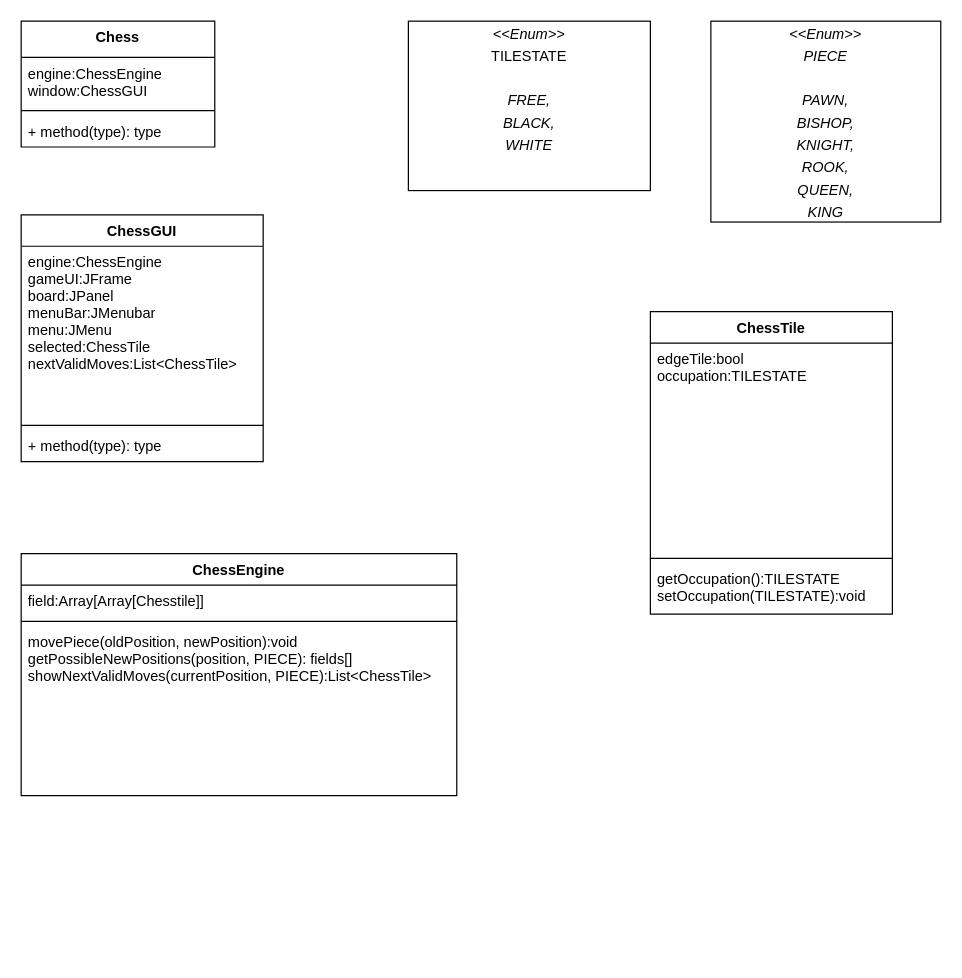
Earlier version of the draw.io diagram Aufgaben/Chessadds/UML Chess.drawio (dertheodor/epic_chess). Source tidied: cells renumbered, new cells numbered last; positions are measured from the earlier drawing's top-left corner, leaving out a move shared by most shapes. Both pictures are drawn from the tidied source at 121%, with x=0, y=0 at pixel (21, 21).
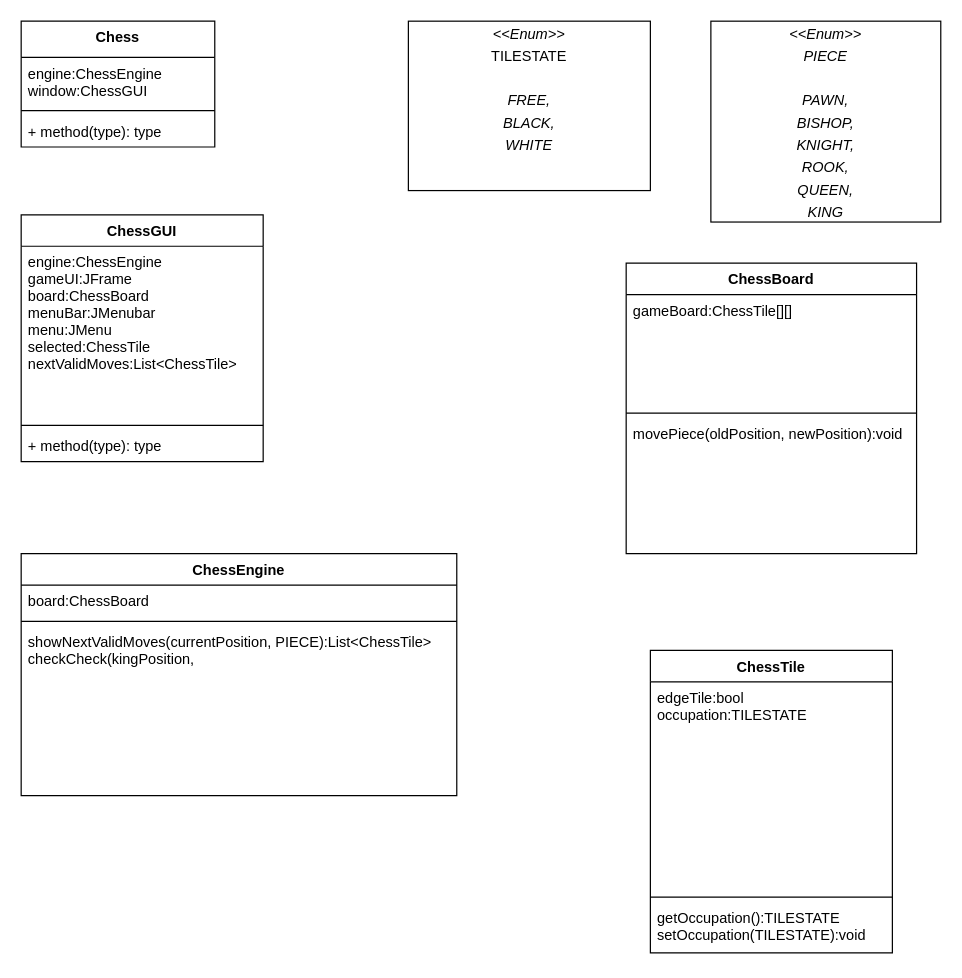
The same diagram, later.

Unchanged cells that the change refers to:
```xml
<mxCell id="6" value="ChessEngine" style="swimlane;fontStyle=1;align=center;verticalAlign=top;horizontal=1;startSize=26;" parent="1" vertex="1">
  <mxGeometry y="440" width="360" height="200" as="geometry" />
</mxCell>
<mxCell id="10" value="ChessGUI" style="swimlane;fontStyle=1;align=center;verticalAlign=top;horizontal=1;startSize=26;" parent="1" vertex="1">
  <mxGeometry y="160" width="200" height="204" as="geometry" />
</mxCell>
```

What changed in the source:
```diff
@@
-    <mxCell id="7" value="field:Array[Array[Chesstile]]" style="text;strokeColor=none;fillColor=none;align=left;verticalAlign=top;spacingLeft=4;spacingRight=4;overflow=hidden;" parent="6" vertex="1">
+    <mxCell id="7" value="board:ChessBoard" style="text;strokeColor=none;fillColor=none;align=left;verticalAlign=top;spacingLeft=4;spacingRight=4;overflow=hidden;" parent="6" vertex="1">
       <mxGeometry y="26" width="360" height="26" as="geometry" />
     </mxCell>
@@
-    <mxCell id="9" value="movePiece(oldPosition, newPosition):void&#10;getPossibleNewPositions(position, PIECE): fields[]&#10;showNextValidMoves(currentPosition, PIECE):List&lt;ChessTile&gt;&#10;" style="text;strokeColor=none;fillColor=none;align=left;verticalAlign=top;spacingLeft=4;spacingRight=4;overflow=hidden;" parent="6" vertex="1">
+    <mxCell id="9" value="showNextValidMoves(currentPosition, PIECE):List&lt;ChessTile&gt;&#10;checkCheck(kingPosition, &#10;&#10;" style="text;strokeColor=none;fillColor=none;align=left;verticalAlign=top;spacingLeft=4;spacingRight=4;overflow=hidden;" parent="6" vertex="1">
       <mxGeometry y="60" width="360" height="140" as="geometry" />
     </mxCell>
@@
-    <mxCell id="11" value="engine:ChessEngine&#10;gameUI:JFrame&#10;board:JPanel&#10;menuBar:JMenubar&#10;menu:JMenu&#10;selected:ChessTile&#10;nextValidMoves:List&lt;ChessTile&gt;&#10;&#10;&#10;" style="text;strokeColor=none;fillColor=none;align=left;verticalAlign=top;spacingLeft=4;spacingRight=4;overflow=hidden;" parent="10" vertex="1">
+    <mxCell id="11" value="engine:ChessEngine&#10;gameUI:JFrame&#10;board:ChessBoard&#10;menuBar:JMenubar&#10;menu:JMenu&#10;selected:ChessTile&#10;nextValidMoves:List&lt;ChessTile&gt;&#10;&#10;&#10;" style="text;strokeColor=none;fillColor=none;align=left;verticalAlign=top;spacingLeft=4;spacingRight=4;overflow=hidden;" parent="10" vertex="1">
       <mxGeometry y="26" width="200" height="144" as="geometry" />
     </mxCell>
@@
     <mxCell id="14" value="ChessTile" style="swimlane;fontStyle=1;align=center;verticalAlign=top;horizontal=1;startSize=26;" parent="1" vertex="1">
-      <mxGeometry x="520" y="240" width="200" height="250" as="geometry" />
+      <mxGeometry x="520" y="520" width="200" height="250" as="geometry" />
     </mxCell>
@@
+    <mxCell id="20" value="ChessBoard" style="swimlane;fontStyle=1;align=center;verticalAlign=top;horizontal=1;startSize=26;" parent="1" vertex="1">
+      <mxGeometry x="500" y="200" width="240" height="240" as="geometry" />
+    </mxCell>
+    <mxCell id="21" value="gameBoard:ChessTile[][]" style="text;strokeColor=none;fillColor=none;align=left;verticalAlign=top;spacingLeft=4;spacingRight=4;overflow=hidden;" parent="20" vertex="1">
+      <mxGeometry y="26" width="240" height="94" as="geometry" />
+    </mxCell>
+    <mxCell id="22" style="line;strokeWidth=1;fillColor=none;align=left;verticalAlign=middle;spacingTop=-1;spacingLeft=3;spacingRight=3;labelPosition=right;" parent="20" vertex="1">
+      <mxGeometry y="120" width="240" height="8" as="geometry" />
+    </mxCell>
+    <mxCell id="23" value="movePiece(oldPosition, newPosition):void" style="text;strokeColor=none;fillColor=none;align=left;verticalAlign=top;spacingLeft=4;spacingRight=4;overflow=hidden;" parent="20" vertex="1">
+      <mxGeometry y="128" width="240" height="112" as="geometry" />
+    </mxCell>
```
